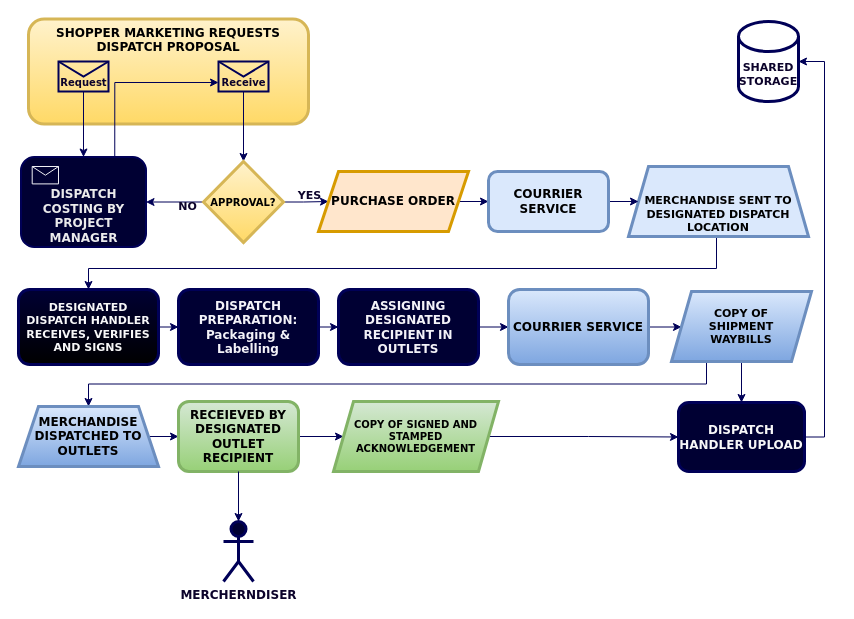
Above: Untitled Diagram.drawio in henry-design/Map (draw.io), before the change. Source tidied: cells renumbered, new cells numbered last; positions are measured from the earlier drawing's top-left corner, leaving out a move shared by most shapes. Both pictures are drawn from the tidied source at 100%, with x=0, y=0 at pixel (18, 18).
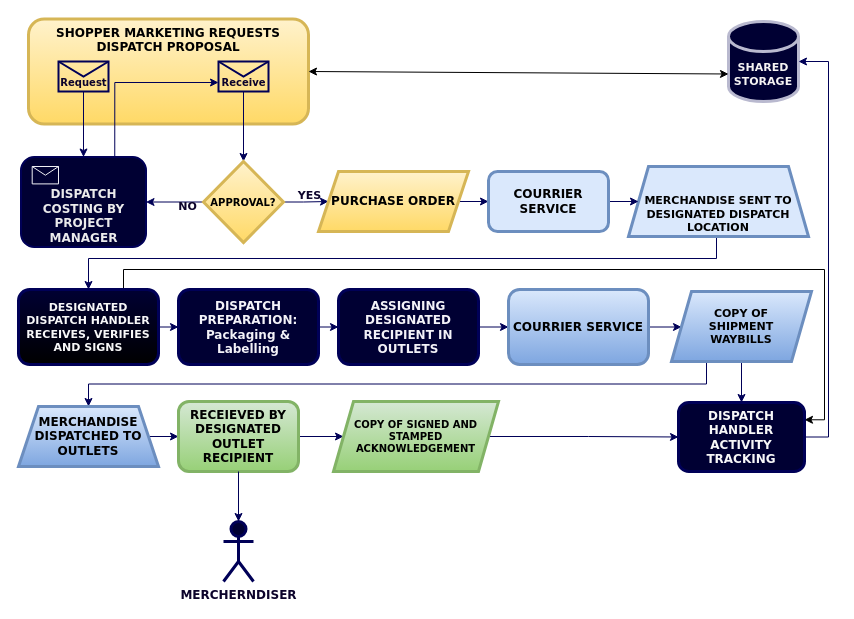
The same page after the edit.

The change refers to these unchanged cells:
```xml
<mxCell id="2" value="SHOPPER MARKETING REQUESTS DISPATCH PROPOSAL" style="rounded=1;whiteSpace=wrap;html=1;fillColor=#fff2cc;verticalAlign=top;strokeColor=#d6b656;labelBackgroundColor=none;fontFamily=Verdana;fontStyle=1;strokeWidth=3;gradientColor=#ffd966;" parent="1" vertex="1">
  <mxGeometry x="10" y="0.5" width="280" height="105" as="geometry" />
</mxCell>
<mxCell id="15" value="MERCHANDISE SENT TO DESIGNATED DISPATCH LOCATION" style="shape=trapezoid;perimeter=trapezoidPerimeter;whiteSpace=wrap;html=1;fixedSize=1;verticalAlign=bottom;fillColor=#dae8fc;strokeColor=#6c8ebf;labelBackgroundColor=none;fontFamily=Verdana;fontStyle=1;fontSize=11;strokeWidth=3;" parent="1" vertex="1">
  <mxGeometry x="610" y="148" width="180" height="70" as="geometry" />
</mxCell>
<mxCell id="19" value="DESIGNATED DISPATCH HANDLER RECEIVES, VERIFIES AND SIGNS" style="rounded=1;whiteSpace=wrap;html=1;fillColor=#000033;strokeColor=#000057;labelBackgroundColor=none;fontColor=#f7f7f8;fontFamily=Verdana;fontStyle=1;fontSize=11;strokeWidth=3;gradientColor=default;" parent="1" vertex="1">
  <mxGeometry y="271" width="140" height="75" as="geometry" />
</mxCell>
```

Diff of the diagram source:
```diff
@@
-    <mxCell id="13" value="PURCHASE ORDER" style="shape=parallelogram;perimeter=parallelogramPerimeter;whiteSpace=wrap;html=1;fixedSize=1;fillColor=#ffe6cc;strokeColor=#d79b00;labelBackgroundColor=none;fontFamily=Verdana;fontStyle=1;strokeWidth=3;" parent="1" vertex="1">
+    <mxCell id="13" value="PURCHASE ORDER" style="shape=parallelogram;perimeter=parallelogramPerimeter;whiteSpace=wrap;html=1;fixedSize=1;fillColor=#fff2cc;strokeColor=#d6b656;labelBackgroundColor=none;fontFamily=Verdana;fontStyle=1;strokeWidth=3;gradientColor=#ffd966;" parent="1" vertex="1">
       <mxGeometry x="300" y="153" width="150" height="60" as="geometry" />
     </mxCell>
     <mxCell id="14" style="edgeStyle=orthogonalEdgeStyle;rounded=0;jettySize=auto;html=1;exitX=0.5;exitY=1;exitDx=0;exitDy=0;entryX=0.5;entryY=0;entryDx=0;entryDy=0;strokeColor=#000057;labelBackgroundColor=none;fontColor=#0c032b;fontFamily=Verdana;fontStyle=1;" parent="1" edge="1" source="15" target="19">
       <mxGeometry relative="1" as="geometry">
         <Array as="points">
           <mxPoint x="698" y="218" />
-          <mxPoint x="698" y="250" />
-          <mxPoint x="70" y="250" />
+          <mxPoint x="698" y="240" />
+          <mxPoint x="70" y="240" />
         </Array>
       </mxGeometry>
     </mxCell>
@@
+    <mxCell id="44" style="edgeStyle=orthogonalEdgeStyle;rounded=0;jettySize=auto;html=1;exitX=0.75;exitY=0;exitDx=0;exitDy=0;entryX=1;entryY=0.25;entryDx=0;entryDy=0;" parent="1" edge="1" source="19" target="37">
+      <mxGeometry relative="1" as="geometry" />
+    </mxCell>
@@
-    <mxCell id="30" value="SHARED STORAGE" style="shape=cylinder3;whiteSpace=wrap;html=1;boundedLbl=1;backgroundOutline=1;size=15;fillColor=none;strokeColor=#000057;labelBackgroundColor=none;fontColor=#0c032b;fontFamily=Verdana;fontStyle=1;fontSize=11;strokeWidth=3;" parent="1" vertex="1">
-      <mxGeometry x="720" y="3" width="60" height="80" as="geometry" />
+    <mxCell id="30" value="SHARED STORAGE" style="shape=cylinder3;whiteSpace=wrap;html=1;boundedLbl=1;backgroundOutline=1;size=15;fillColor=#000033;strokeColor=#b9b9cf;labelBackgroundColor=none;fontColor=#F5F3F3;fontFamily=Verdana;fontStyle=1;fontSize=11;strokeWidth=3;" parent="1" vertex="1">
+      <mxGeometry x="710" y="3" width="70" height="80" as="geometry" />
     </mxCell>
@@
-    <mxCell id="37" value="DISPATCH HANDLER UPLOAD" style="rounded=1;whiteSpace=wrap;html=1;fillColor=#000033;strokeColor=#000057;labelBackgroundColor=none;fontColor=#f7f7f8;fontFamily=Verdana;fontStyle=1;strokeWidth=3;" parent="1" vertex="1">
+    <mxCell id="37" value="DISPATCH HANDLER ACTIVITY TRACKING" style="rounded=1;whiteSpace=wrap;html=1;fillColor=#000033;strokeColor=#000057;labelBackgroundColor=none;fontColor=#f7f7f8;fontFamily=Verdana;fontStyle=1;strokeWidth=3;" parent="1" vertex="1">
       <mxGeometry x="660" y="384" width="126" height="69" as="geometry" />
     </mxCell>
     <mxCell id="38" style="edgeStyle=orthogonalEdgeStyle;rounded=0;jettySize=auto;html=1;exitX=1;exitY=0.5;exitDx=0;exitDy=0;entryX=1;entryY=0.5;entryDx=0;entryDy=0;entryPerimeter=0;strokeColor=#000057;labelBackgroundColor=none;fontColor=#0c032b;fontFamily=Verdana;fontStyle=1;" parent="1" edge="1" source="37" target="30">
-      <mxGeometry relative="1" as="geometry" />
+      <mxGeometry relative="1" as="geometry">
+        <Array as="points">
+          <mxPoint x="810" y="419" />
+          <mxPoint x="810" y="43" />
+        </Array>
+      </mxGeometry>
     </mxCell>
@@
+    <mxCell id="45" style="endArrow=classic;startArrow=classic;html=1;rounded=0;exitX=1;exitY=0.5;exitDx=0;exitDy=0;entryX=0;entryY=0;entryDx=0;entryDy=52.5;entryPerimeter=0;" parent="1" edge="1" source="2" target="30">
+      <mxGeometry relative="1" as="geometry" />
+    </mxCell>
```
